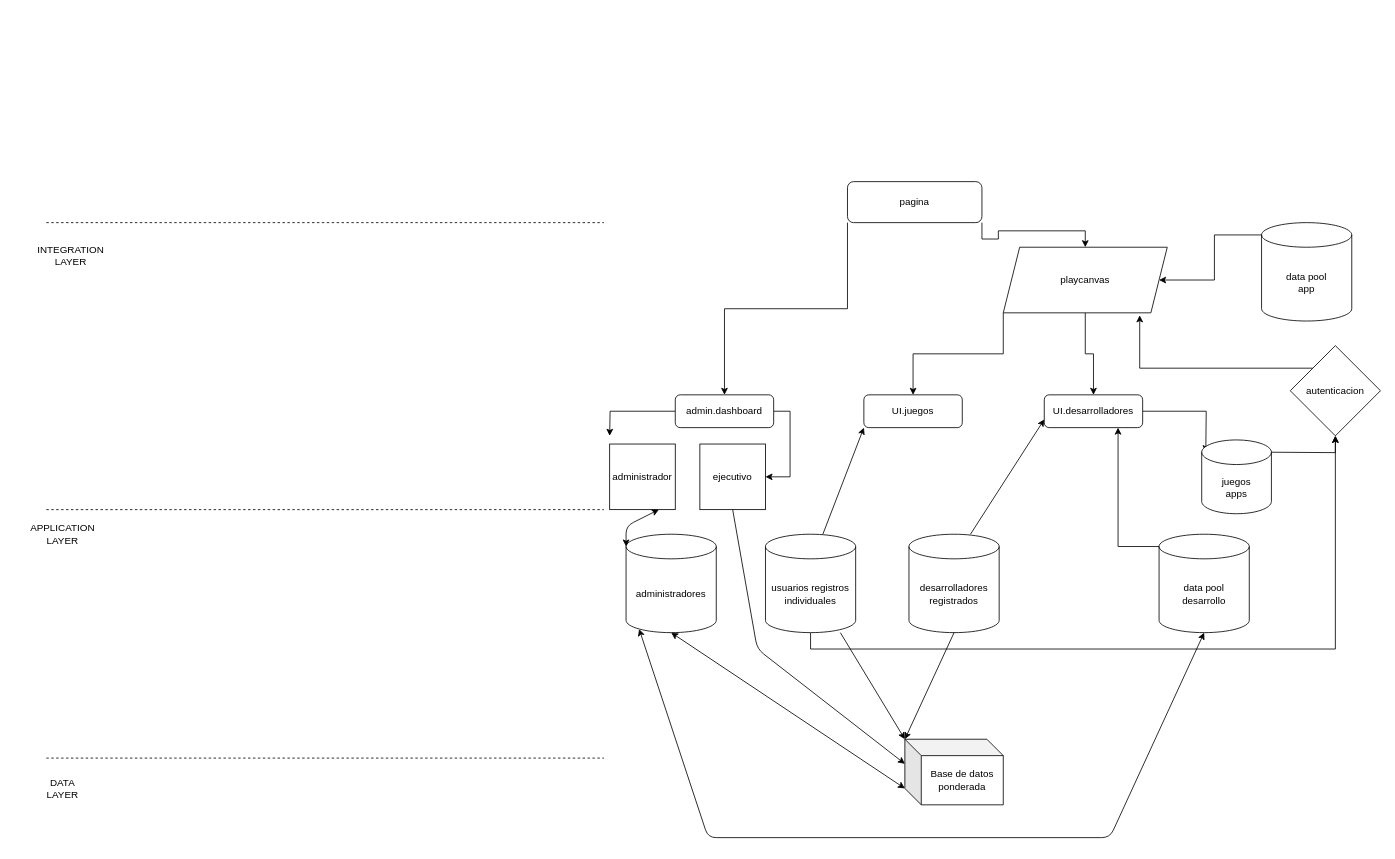
The draw.io diagram Untitled Diagram.drawio in atractorestudio/docs, before the edit. Source tidied: cells renumbered, new cells numbered last; positions are measured from the earlier drawing's top-left corner, leaving out a move shared by most shapes. Both pictures are drawn from the tidied source at 82%, with x=0, y=0 at pixel (46, 181).
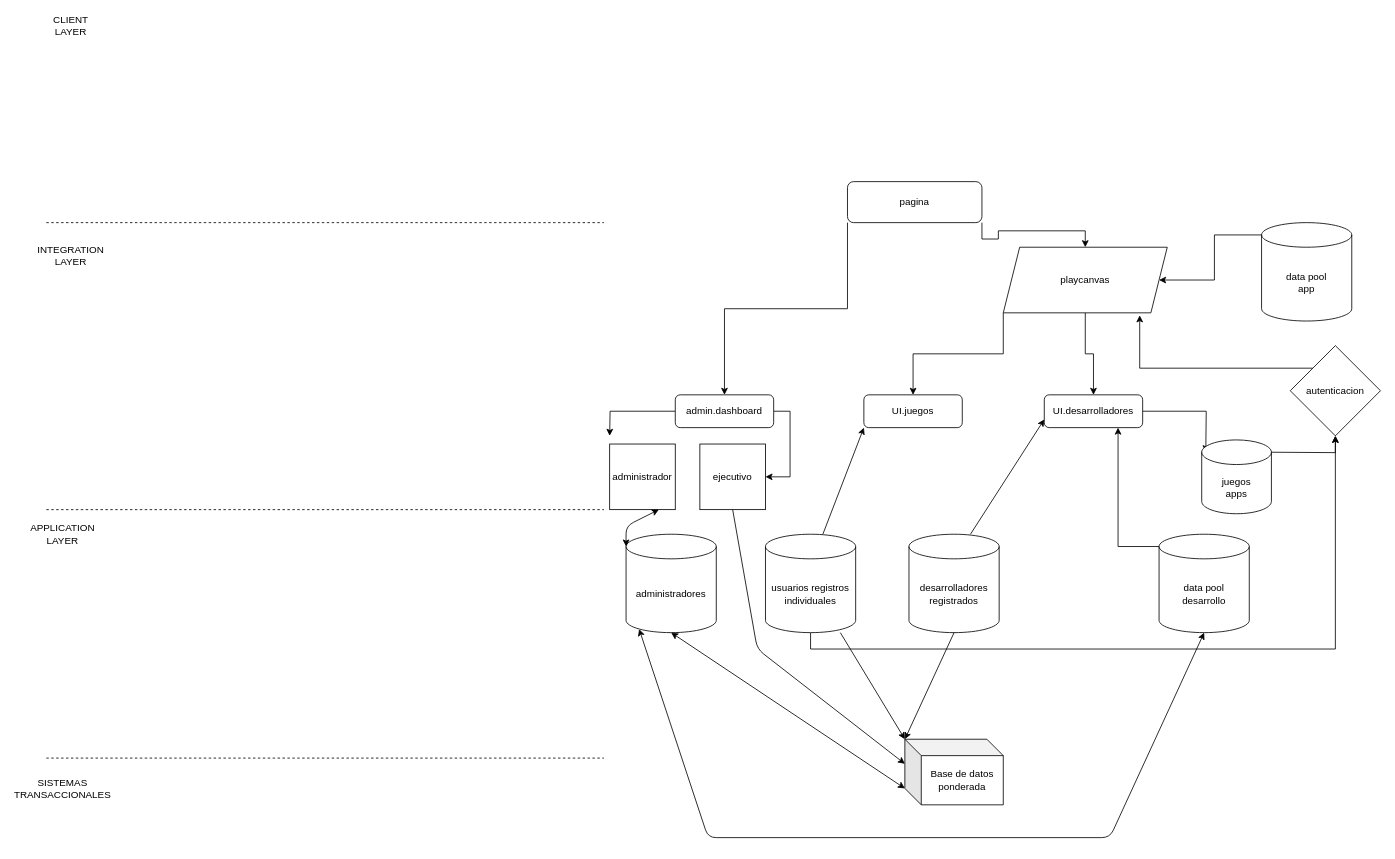
The same diagram, later.

What changed in the source:
```diff
@@
-    <mxCell id="40" value="DATA LAYER" style="text;html=1;strokeColor=none;fillColor=none;align=center;verticalAlign=middle;whiteSpace=wrap;rounded=0;" parent="1" vertex="1">
+    <mxCell id="40" value="SISTEMAS TRANSACCIONALES" style="text;html=1;strokeColor=none;fillColor=none;align=center;verticalAlign=middle;whiteSpace=wrap;rounded=0;" parent="1" vertex="1">
       <mxGeometry y="730" width="40" height="20" as="geometry" />
     </mxCell>
@@
+    <mxCell id="43" value="CLIENT LAYER" style="text;html=1;strokeColor=none;fillColor=none;align=center;verticalAlign=middle;whiteSpace=wrap;rounded=0;" parent="1" vertex="1">
+      <mxGeometry x="10" y="-200" width="40" height="20" as="geometry" />
+    </mxCell>
```
